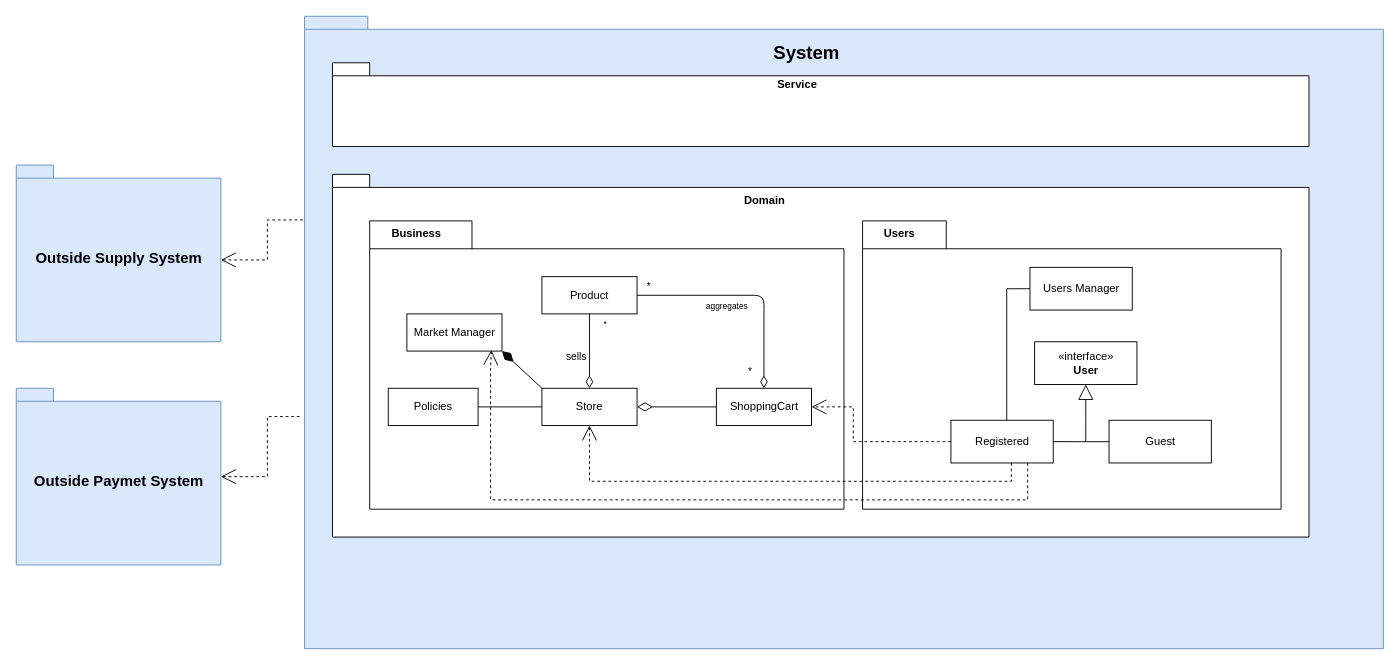
LevyIfta/Team-19B-Project keeps this draw.io diagram as מודל ארכיטקטורה.drawio. Above is the earlier version. Source tidied: cells renumbered, new cells numbered last; positions are measured from the earlier drawing's top-left corner, leaving out a move shared by most shapes. Both pictures are drawn from the tidied source at 93%, with x=0, y=0 at pixel (16, 16).
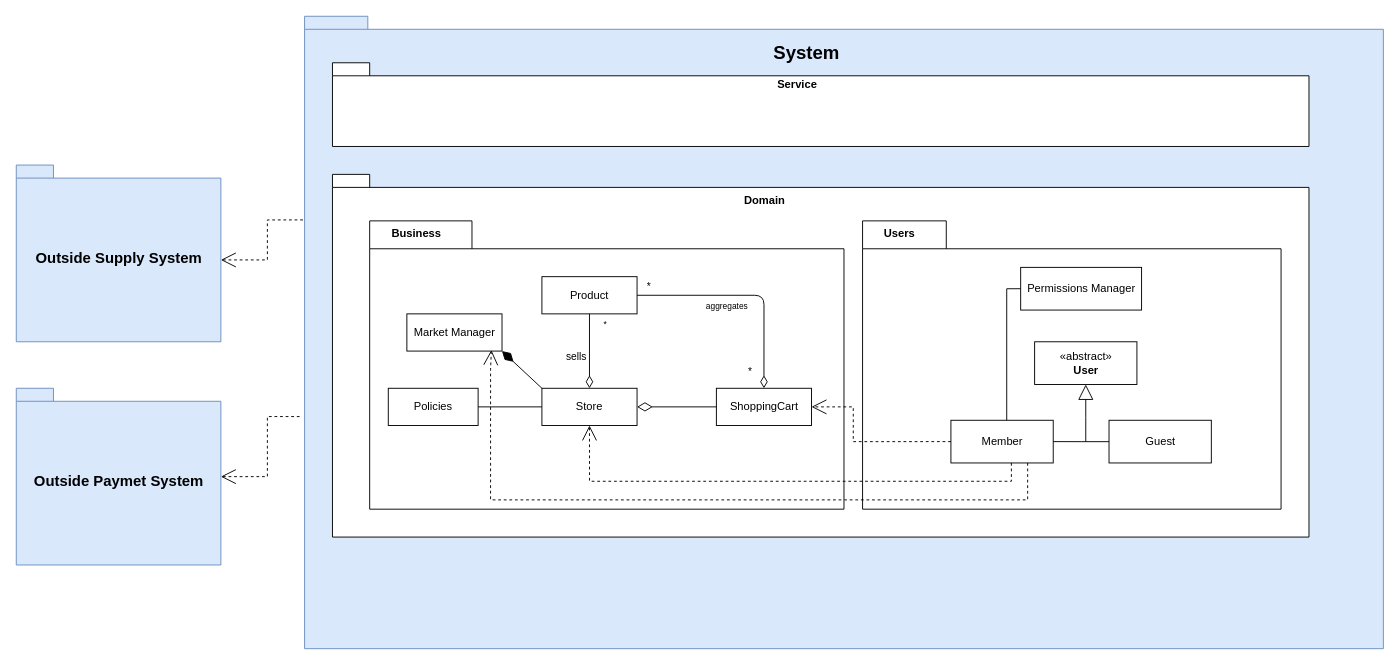
After the change.

The change refers to these unchanged cells:
```xml
<mxCell id="8" style="group;" parent="1" vertex="1">
  <mxGeometry x="910" y="220" width="450" height="310" as="geometry" />
</mxCell>
<mxCell id="12" style="group;" parent="8" vertex="1">
  <mxGeometry x="95" y="130" width="280" height="130.3" as="geometry" />
</mxCell>
```

What changed in the source:
```diff
@@
-    <mxCell id="11" value="Users Manager" style="html=1;" parent="8" vertex="1">
-      <mxGeometry x="180" y="50" width="110" height="45.9" as="geometry" />
+    <mxCell id="11" value="Permissions Manager" style="html=1;" parent="8" vertex="1">
+      <mxGeometry x="170" y="50" width="130" height="45.9" as="geometry" />
     </mxCell>
@@
-    <mxCell id="14" value="Registered" style="html=1;" parent="12" vertex="1">
+    <mxCell id="14" value="Member" style="html=1;" parent="12" vertex="1">
       <mxGeometry y="84.4" width="110" height="45.9" as="geometry" />
     </mxCell>
@@
-    <mxCell id="17" value="«interface»&lt;br&gt;&lt;b&gt;User&lt;/b&gt;" style="html=1;" parent="12" vertex="1">
+    <mxCell id="17" value="«abstract»&lt;br&gt;&lt;b&gt;User&lt;/b&gt;" style="html=1;" parent="12" vertex="1">
       <mxGeometry x="90" width="110" height="45.9" as="geometry" />
     </mxCell>
```
